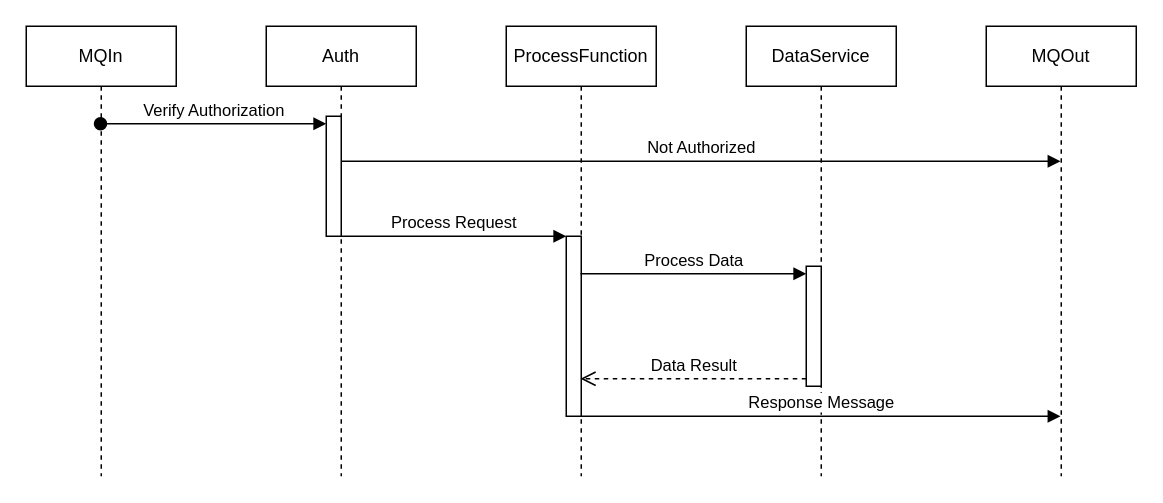
The draw.io diagram page "service-logic" (3 of 4) of diagrams/app-tooling.drawio in fit-check-app/design-spec, before the edit. Source tidied: cells renumbered, new cells numbered last; positions are measured from the earlier drawing's top-left corner, leaving out a move shared by most shapes. Both pictures are drawn from the tidied source at 150%, with x=0, y=0 at pixel (26, 26).
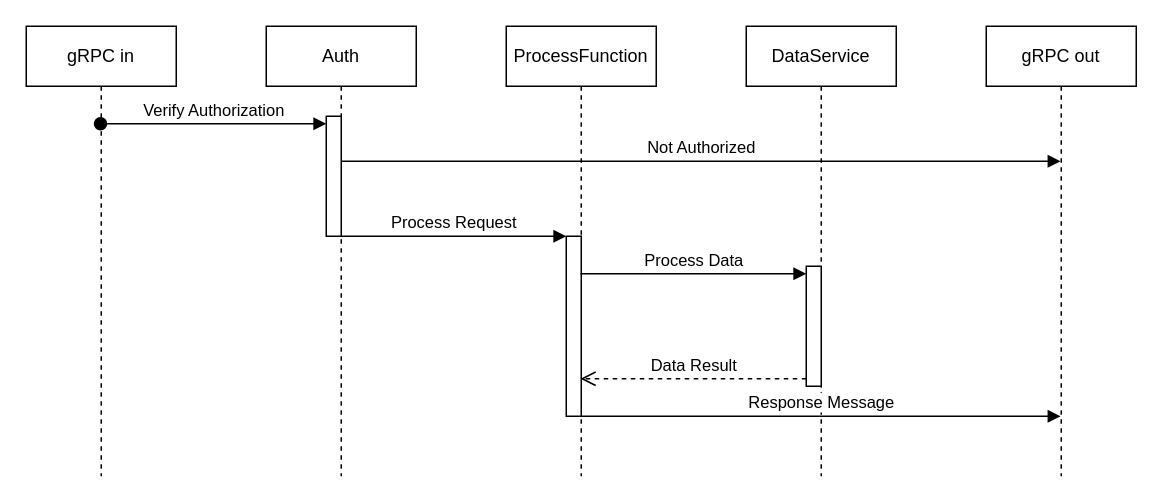
After the change.

What changed in the source:
```diff
@@
 <mxGraphModel>
   <root>
     <mxCell id="0" />
     <mxCell id="1" parent="0" />
-    <mxCell id="2" value="MQIn" style="shape=umlLifeline;perimeter=lifelinePerimeter;whiteSpace=wrap;html=1;outlineConnect=0;portConstraint=eastwest;newEdgeStyle={&quot;curved&quot;:0,&quot;rounded&quot;:0};" parent="1" vertex="1">
+    <mxCell id="2" value="gRPC in" style="shape=umlLifeline;perimeter=lifelinePerimeter;whiteSpace=wrap;html=1;outlineConnect=0;portConstraint=eastwest;newEdgeStyle={&quot;curved&quot;:0,&quot;rounded&quot;:0};" parent="1" vertex="1">
       <mxGeometry width="100" height="300" as="geometry" />
     </mxCell>
     <mxCell id="3" value="Auth" style="shape=umlLifeline;perimeter=lifelinePerimeter;whiteSpace=wrap;html=1;newEdgeStyle={&quot;curved&quot;:0,&quot;rounded&quot;:0};" parent="1" vertex="1">
       <mxGeometry x="160" width="100" height="300" as="geometry" />
     </mxCell>
     <mxCell id="4" style="html=1;points=[[0,0,0,0,5],[0,1,0,0,-5],[1,0,0,0,5],[1,1,0,0,-5]];perimeter=orthogonalPerimeter;outlineConnect=0;targetShapes=umlLifeline;portConstraint=eastwest;newEdgeStyle={&quot;curved&quot;:0,&quot;rounded&quot;:0};" parent="3" vertex="1">
       <mxGeometry x="40" y="60" width="10" height="80" as="geometry" />
     </mxCell>
     <mxCell id="5" value="ProcessFunction" style="shape=umlLifeline;perimeter=lifelinePerimeter;whiteSpace=wrap;html=1;outlineConnect=0;portConstraint=eastwest;newEdgeStyle={&quot;curved&quot;:0,&quot;rounded&quot;:0};" parent="1" vertex="1">
       <mxGeometry x="320" width="100" height="300" as="geometry" />
     </mxCell>
     <mxCell id="6" style="html=1;points=[[0,0,0,0,5],[0,1,0,0,-5],[1,0,0,0,5],[1,1,0,0,-5]];perimeter=orthogonalPerimeter;outlineConnect=0;targetShapes=umlLifeline;portConstraint=eastwest;newEdgeStyle={&quot;curved&quot;:0,&quot;rounded&quot;:0};" parent="5" vertex="1">
       <mxGeometry x="40" y="140" width="10" height="120" as="geometry" />
     </mxCell>
     <mxCell id="7" value="DataService" style="shape=umlLifeline;perimeter=lifelinePerimeter;whiteSpace=wrap;html=1;newEdgeStyle={&quot;curved&quot;:0,&quot;rounded&quot;:0};" parent="1" vertex="1">
       <mxGeometry x="480" width="100" height="300" as="geometry" />
     </mxCell>
     <mxCell id="8" style="html=1;points=[[0,0,0,0,5],[0,1,0,0,-5],[1,0,0,0,5],[1,1,0,0,-5]];perimeter=orthogonalPerimeter;outlineConnect=0;targetShapes=umlLifeline;portConstraint=eastwest;newEdgeStyle={&quot;curved&quot;:0,&quot;rounded&quot;:0};" parent="7" vertex="1">
       <mxGeometry x="40" y="160" width="10" height="80" as="geometry" />
     </mxCell>
-    <mxCell id="9" value="MQOut" style="shape=umlLifeline;perimeter=lifelinePerimeter;whiteSpace=wrap;html=1;outlineConnect=0;portConstraint=eastwest;newEdgeStyle={&quot;curved&quot;:0,&quot;rounded&quot;:0};" parent="1" vertex="1">
+    <mxCell id="9" value="gRPC out" style="shape=umlLifeline;perimeter=lifelinePerimeter;whiteSpace=wrap;html=1;outlineConnect=0;portConstraint=eastwest;newEdgeStyle={&quot;curved&quot;:0,&quot;rounded&quot;:0};" parent="1" vertex="1">
       <mxGeometry x="640" width="100" height="300" as="geometry" />
     </mxCell>
     <mxCell id="10" value="Verify Authorization" style="html=1;verticalAlign=bottom;startArrow=oval;endArrow=block;startSize=8;curved=0;rounded=0;entryX=0;entryY=0;entryDx=0;entryDy=5;" parent="1" edge="1" source="2" target="4">
       <mxGeometry relative="1" as="geometry" />
     </mxCell>
     <mxCell id="11" value="Not Authorized" style="html=1;verticalAlign=bottom;endArrow=block;curved=0;rounded=0;" parent="1" edge="1" target="9">
       <mxGeometry relative="1" as="geometry">
         <mxPoint x="210" y="90" as="sourcePoint" />
       </mxGeometry>
     </mxCell>
     <mxCell id="12" value="Process Request" style="html=1;verticalAlign=bottom;endArrow=block;curved=0;rounded=0;" parent="1" edge="1" target="6">
       <mxGeometry relative="1" as="geometry">
         <mxPoint x="210" y="140" as="sourcePoint" />
       </mxGeometry>
     </mxCell>
     <mxCell id="13" value="Process Data" style="html=1;verticalAlign=bottom;endArrow=block;curved=0;rounded=0;entryX=0;entryY=0;entryDx=0;entryDy=5;" parent="1" edge="1" source="5" target="8">
       <mxGeometry relative="1" as="geometry" />
     </mxCell>
     <mxCell id="14" value="Data Result" style="html=1;verticalAlign=bottom;endArrow=open;dashed=1;endSize=8;curved=0;rounded=0;exitX=0;exitY=1;exitDx=0;exitDy=-5;" parent="1" edge="1" source="8" target="5">
       <mxGeometry relative="1" as="geometry" />
     </mxCell>
     <mxCell id="15" value="Response Message" style="html=1;verticalAlign=bottom;endArrow=block;curved=0;rounded=0;" parent="1" edge="1" target="9">
       <mxGeometry relative="1" as="geometry">
         <mxPoint x="370" y="260" as="sourcePoint" />
       </mxGeometry>
     </mxCell>
   </root>
 </mxGraphModel>
```
